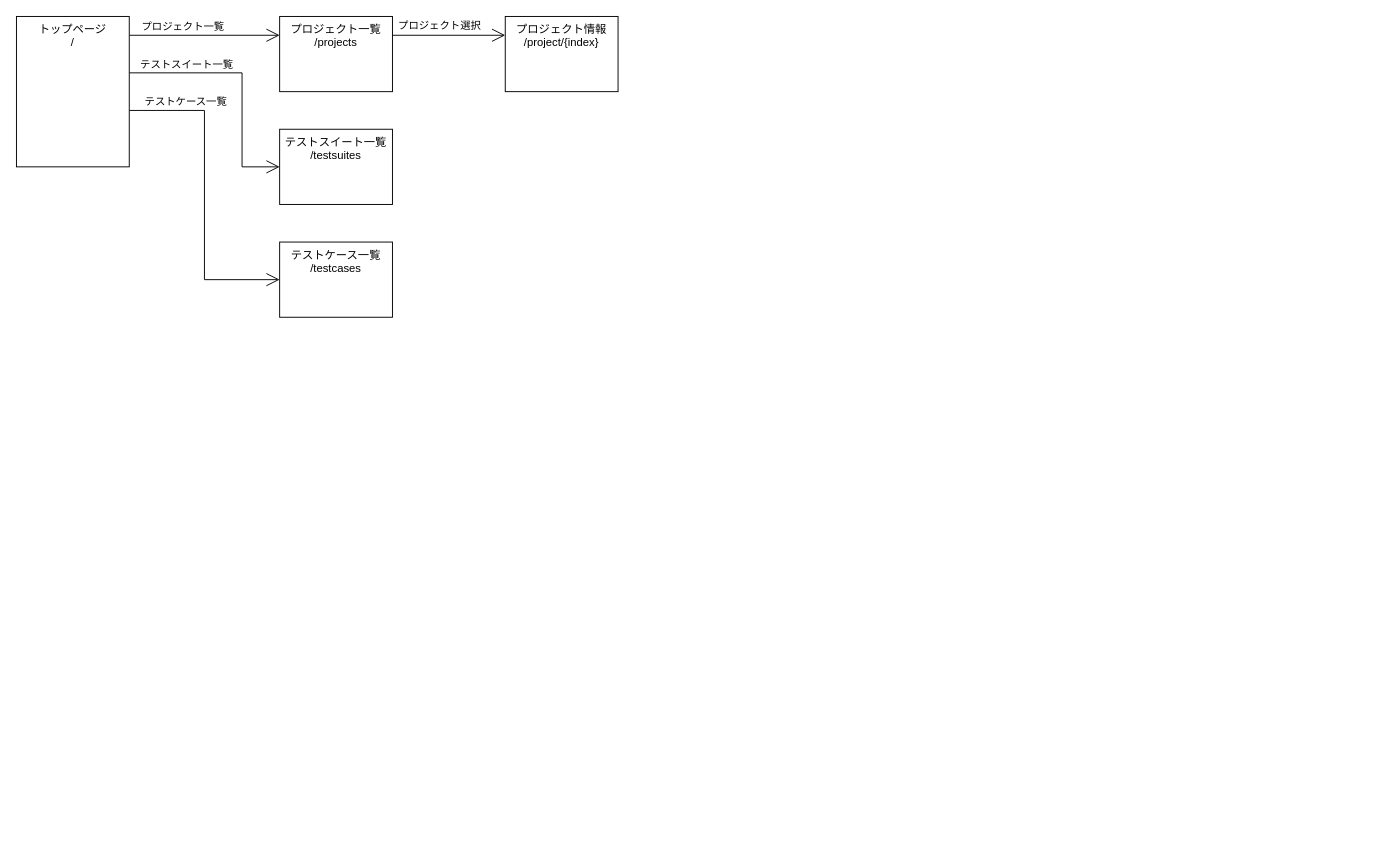
Earlier version of the draw.io diagram doc/design/page_flow.drawio (CountrySideEngineer/TestManagement). Source tidied: cells renumbered, new cells numbered last; positions are measured from the earlier drawing's top-left corner, leaving out a move shared by most shapes. Both pictures are drawn from the tidied source at 94%, with x=0, y=0 at pixel (16, 16).
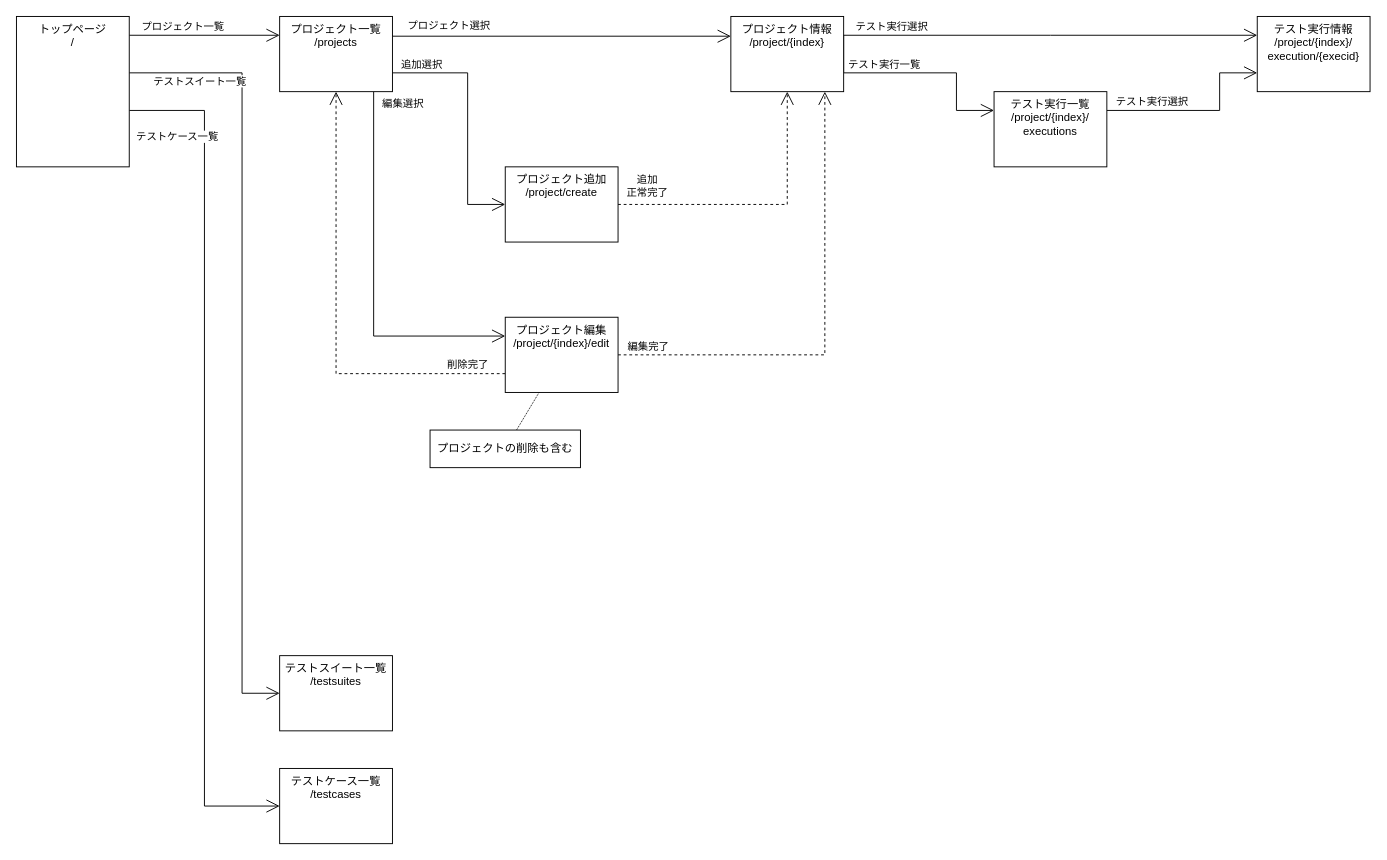
The same diagram, later.

Commit message:
Update page flow design.

The change refers to these unchanged cells:
```xml
<mxCell id="8" value="トップページ&lt;div&gt;/&lt;/div&gt;" style="rounded=0;whiteSpace=wrap;html=1;verticalAlign=top;" parent="1" vertex="1">
  <mxGeometry width="120" height="160" as="geometry" />
</mxCell>
<mxCell id="10" value="プロジェクト一覧&lt;div&gt;/projects&lt;/div&gt;" style="rounded=0;whiteSpace=wrap;html=1;verticalAlign=top;" parent="1" vertex="1">
  <mxGeometry x="280" width="120" height="80" as="geometry" />
</mxCell>
```

Change to the diagram source:
```diff
@@
     <mxCell id="4" style="edgeStyle=orthogonalEdgeStyle;html=1;rounded=0;curved=0;endSize=12;endArrow=open;endFill=0;" parent="1" edge="1" source="8" target="11">
       <mxGeometry x="-0.08" relative="1" as="geometry">
         <Array as="points">
           <mxPoint x="240" y="60" />
-          <mxPoint x="240" y="160" />
+          <mxPoint x="240" y="720" />
         </Array>
       </mxGeometry>
     </mxCell>
     <mxCell id="5" value="テストスイート一覧" style="edgeLabel;html=1;align=center;verticalAlign=middle;" parent="4" vertex="1">
       <mxGeometry x="-0.66" y="-1" relative="1" as="geometry">
-        <mxPoint x="16" y="-11" as="offset" />
+        <mxPoint x="-45" y="-11" as="offset" />
       </mxGeometry>
     </mxCell>
     <mxCell id="6" style="edgeStyle=orthogonalEdgeStyle;html=1;rounded=0;curved=0;endSize=12;endArrow=open;endFill=0;" parent="1" edge="1" source="8" target="12">
       <mxGeometry x="-0.06" relative="1" as="geometry">
         <Array as="points">
           <mxPoint x="200" y="100" />
-          <mxPoint x="200" y="280" />
+          <mxPoint x="200" y="840" />
         </Array>
       </mxGeometry>
     </mxCell>
     <mxCell id="7" value="テストケース一覧" style="edgeLabel;html=1;align=center;verticalAlign=middle;" parent="6" vertex="1">
       <mxGeometry x="-0.65" y="1" relative="1" as="geometry">
-        <mxPoint y="-9" as="offset" />
+        <mxPoint x="-31" y="-51" as="offset" />
       </mxGeometry>
     </mxCell>
@@
-    <mxCell id="9" value="プロジェクト選択" style="edgeStyle=none;html=1;strokeWidth=1;endSize=12;endArrow=open;endFill=0;" parent="1" edge="1">
-      <mxGeometry x="-0.17" y="10" relative="1" as="geometry">
+    <mxCell id="9" value="プロジェクト選択" style="edgeStyle=orthogonalEdgeStyle;html=1;strokeWidth=1;endSize=12;endArrow=open;endFill=0;rounded=0;curved=0;" parent="1" edge="1" target="13">
+      <mxGeometry x="-0.66" y="11" relative="1" as="geometry">
         <mxPoint x="400" y="20" as="sourcePoint" />
-        <mxPoint x="520" y="20" as="targetPoint" />
+        <Array as="points">
+          <mxPoint x="400" y="21" />
+        </Array>
       </mxGeometry>
     </mxCell>
+    <mxCell id="14" style="edgeStyle=orthogonalEdgeStyle;rounded=0;jettySize=auto;html=1;endArrow=open;endFill=0;endSize=12;" parent="1" edge="1" source="10" target="28">
+      <mxGeometry relative="1" as="geometry">
+        <Array as="points">
+          <mxPoint x="480" y="60" />
+          <mxPoint x="480" y="200" />
+        </Array>
+      </mxGeometry>
+    </mxCell>
+    <mxCell id="15" value="追加選択" style="edgeLabel;html=1;align=center;verticalAlign=middle;" parent="14" vertex="1">
+      <mxGeometry x="-0.49" y="-2" relative="1" as="geometry">
+        <mxPoint x="-36" y="-12" as="offset" />
+      </mxGeometry>
+    </mxCell>
+    <mxCell id="16" style="edgeStyle=orthogonalEdgeStyle;rounded=0;jettySize=auto;html=1;endSize=12;endArrow=open;endFill=0;" parent="1" edge="1" source="10" target="33">
+      <mxGeometry relative="1" as="geometry">
+        <Array as="points">
+          <mxPoint x="380" y="340" />
+        </Array>
+      </mxGeometry>
+    </mxCell>
+    <mxCell id="17" value="編集&lt;span style=&quot;background-color: light-dark(#ffffff, var(--ge-dark-color, #121212)); color: light-dark(rgb(0, 0, 0), rgb(255, 255, 255));&quot;&gt;選択&lt;/span&gt;" style="edgeLabel;html=1;align=center;verticalAlign=middle;" parent="16" vertex="1">
+      <mxGeometry x="-0.18" y="1" relative="1" as="geometry">
+        <mxPoint x="29" y="-152" as="offset" />
+      </mxGeometry>
+    </mxCell>
@@
     <mxCell id="11" value="テストスイート一覧&lt;div&gt;/testsuites&lt;/div&gt;" style="rounded=0;whiteSpace=wrap;html=1;verticalAlign=top;" parent="1" vertex="1">
-      <mxGeometry x="280" y="120" width="120" height="80" as="geometry" />
+      <mxGeometry x="280" y="680" width="120" height="80" as="geometry" />
     </mxCell>
     <mxCell id="12" value="テストケース一覧&lt;div&gt;/testcases&lt;/div&gt;" style="rounded=0;whiteSpace=wrap;html=1;verticalAlign=top;" parent="1" vertex="1">
-      <mxGeometry x="280" y="240" width="120" height="80" as="geometry" />
+      <mxGeometry x="280" y="800" width="120" height="80" as="geometry" />
     </mxCell>
+    <mxCell id="18" style="edgeStyle=orthogonalEdgeStyle;rounded=0;jettySize=auto;html=1;endArrow=open;endFill=0;endSize=12;" parent="1" edge="1" target="24">
+      <mxGeometry relative="1" as="geometry">
+        <mxPoint x="880" y="20" as="sourcePoint" />
+        <Array as="points">
+          <mxPoint x="880" y="60" />
+          <mxPoint x="1000" y="60" />
+          <mxPoint x="1000" y="100" />
+        </Array>
+      </mxGeometry>
+    </mxCell>
+    <mxCell id="19" value="テスト実行一覧" style="edgeLabel;html=1;align=center;verticalAlign=middle;" parent="18" vertex="1">
+      <mxGeometry x="-0.21" relative="1" as="geometry">
+        <mxPoint x="-13" y="-10" as="offset" />
+      </mxGeometry>
+    </mxCell>
     <mxCell id="13" value="プロジェクト情報&lt;div&gt;/project/{index}&lt;/div&gt;" style="rounded=0;whiteSpace=wrap;html=1;verticalAlign=top;" parent="1" vertex="1">
-      <mxGeometry x="520" width="120" height="80" as="geometry" />
+      <mxGeometry x="760" width="120" height="80" as="geometry" />
     </mxCell>
+    <mxCell id="20" style="edgeStyle=orthogonalEdgeStyle;rounded=0;jettySize=auto;html=1;endArrow=open;endFill=0;endSize=12;" parent="1" edge="1" source="13" target="25">
+      <mxGeometry relative="1" as="geometry">
+        <Array as="points">
+          <mxPoint x="1100" y="20" />
+          <mxPoint x="1100" y="20" />
+        </Array>
+      </mxGeometry>
+    </mxCell>
+    <mxCell id="21" value="テスト実行選択" style="edgeLabel;html=1;align=center;verticalAlign=middle;" parent="20" vertex="1">
+      <mxGeometry x="-0.25" y="-4" relative="1" as="geometry">
+        <mxPoint x="-115" y="-14" as="offset" />
+      </mxGeometry>
+    </mxCell>
+    <mxCell id="22" style="edgeStyle=orthogonalEdgeStyle;rounded=0;jettySize=auto;html=1;endArrow=open;endFill=0;endSize=12;" parent="1" edge="1" source="24" target="25">
+      <mxGeometry relative="1" as="geometry">
+        <Array as="points">
+          <mxPoint x="1280" y="100" />
+          <mxPoint x="1280" y="60" />
+        </Array>
+      </mxGeometry>
+    </mxCell>
+    <mxCell id="23" value="テスト実行選択" style="edgeLabel;html=1;align=center;verticalAlign=middle;" parent="22" vertex="1">
+      <mxGeometry x="-0.72" y="1" relative="1" as="geometry">
+        <mxPoint x="19" y="-9" as="offset" />
+      </mxGeometry>
+    </mxCell>
+    <mxCell id="24" value="テスト実行一覧&lt;br&gt;&lt;div&gt;/project/{index}/&lt;/div&gt;&lt;div&gt;executions&lt;/div&gt;" style="rounded=0;whiteSpace=wrap;html=1;verticalAlign=top;" parent="1" vertex="1">
+      <mxGeometry x="1040" y="80" width="120" height="80" as="geometry" />
+    </mxCell>
+    <mxCell id="25" value="テスト実行情報&lt;br&gt;&lt;div&gt;/project/{index}/&lt;/div&gt;&lt;div&gt;execution/{execid}&lt;/div&gt;" style="rounded=0;whiteSpace=wrap;html=1;verticalAlign=top;" parent="1" vertex="1">
+      <mxGeometry x="1320" width="120" height="80" as="geometry" />
+    </mxCell>
+    <mxCell id="26" style="edgeStyle=orthogonalEdgeStyle;rounded=0;jettySize=auto;html=1;endArrow=open;endFill=0;endSize=12;strokeColor=default;dashed=1;" parent="1" edge="1" source="28" target="13">
+      <mxGeometry relative="1" as="geometry">
+        <Array as="points">
+          <mxPoint x="820" y="200" />
+        </Array>
+      </mxGeometry>
+    </mxCell>
+    <mxCell id="27" value="追加&lt;div&gt;正常完了&lt;/div&gt;" style="edgeLabel;html=1;align=center;verticalAlign=middle;" parent="26" vertex="1">
+      <mxGeometry x="0.47" y="4" relative="1" as="geometry">
+        <mxPoint x="-146" y="21" as="offset" />
+      </mxGeometry>
+    </mxCell>
+    <mxCell id="28" value="プロジェクト追加&lt;div&gt;/project/create&lt;/div&gt;" style="rounded=0;whiteSpace=wrap;html=1;verticalAlign=top;" parent="1" vertex="1">
+      <mxGeometry x="520" y="160" width="120" height="80" as="geometry" />
+    </mxCell>
+    <mxCell id="29" style="edgeStyle=orthogonalEdgeStyle;rounded=0;jettySize=auto;html=1;endSize=12;dashed=1;endArrow=open;endFill=0;" parent="1" edge="1" source="33" target="13">
+      <mxGeometry relative="1" as="geometry">
+        <Array as="points">
+          <mxPoint x="860" y="360" />
+        </Array>
+      </mxGeometry>
+    </mxCell>
+    <mxCell id="30" value="編集完了" style="edgeLabel;html=1;align=center;verticalAlign=middle;" parent="29" vertex="1">
+      <mxGeometry x="-0.78" y="1" relative="1" as="geometry">
+        <mxPoint x="-24" y="-9" as="offset" />
+      </mxGeometry>
+    </mxCell>
+    <mxCell id="31" style="edgeStyle=orthogonalEdgeStyle;rounded=0;jettySize=auto;html=1;dashed=1;endSize=12;endArrow=open;endFill=0;" parent="1" edge="1" source="33" target="10">
+      <mxGeometry relative="1" as="geometry">
+        <Array as="points">
+          <mxPoint x="340" y="380" />
+        </Array>
+      </mxGeometry>
+    </mxCell>
+    <mxCell id="32" value="削除完了" style="edgeLabel;html=1;align=center;verticalAlign=middle;" parent="31" vertex="1">
+      <mxGeometry x="-0.57" y="-1" relative="1" as="geometry">
+        <mxPoint x="62" y="-9" as="offset" />
+      </mxGeometry>
+    </mxCell>
+    <mxCell id="33" value="プロジェクト編集&lt;div&gt;/project/{index}/edit&lt;/div&gt;" style="rounded=0;whiteSpace=wrap;html=1;verticalAlign=top;" parent="1" vertex="1">
+      <mxGeometry x="520" y="320" width="120" height="80" as="geometry" />
+    </mxCell>
+    <mxCell id="34" style="rounded=0;jettySize=auto;html=1;endArrow=none;endFill=0;dashed=1;dashPattern=1 1;" parent="1" edge="1" source="35" target="33">
+      <mxGeometry relative="1" as="geometry" />
+    </mxCell>
+    <mxCell id="35" value="プロジェクトの削除も含む" style="text;html=1;align=center;verticalAlign=middle;whiteSpace=wrap;rounded=0;fillColor=default;strokeColor=default;" parent="1" vertex="1">
+      <mxGeometry x="440" y="440" width="160" height="40" as="geometry" />
+    </mxCell>
```
